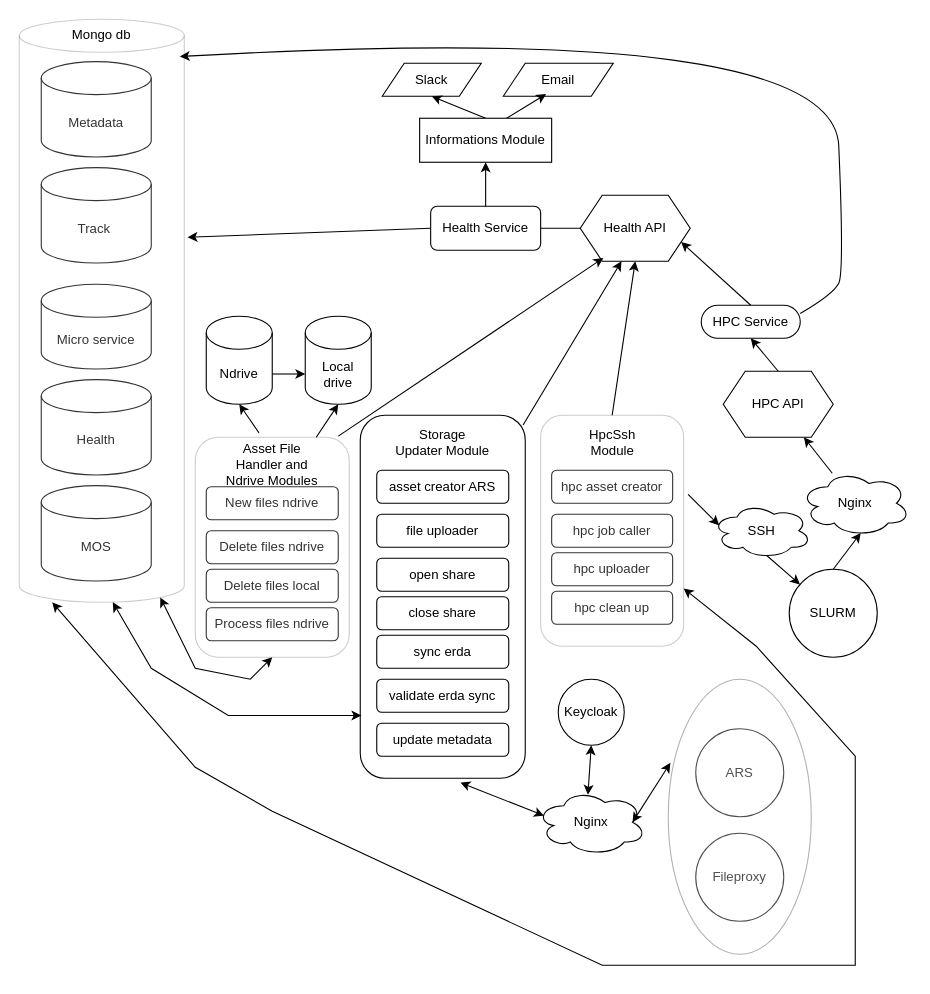
Earlier version of the draw.io diagram Documentation/Integration overview.drawio (NHMDenmark/DaSSCo-Integration). Source tidied: cells renumbered, new cells numbered last; positions are measured from the earlier drawing's top-left corner, leaving out a move shared by most shapes. Both pictures are drawn from the tidied source at 110%, with x=0, y=0 at pixel (19, 19).
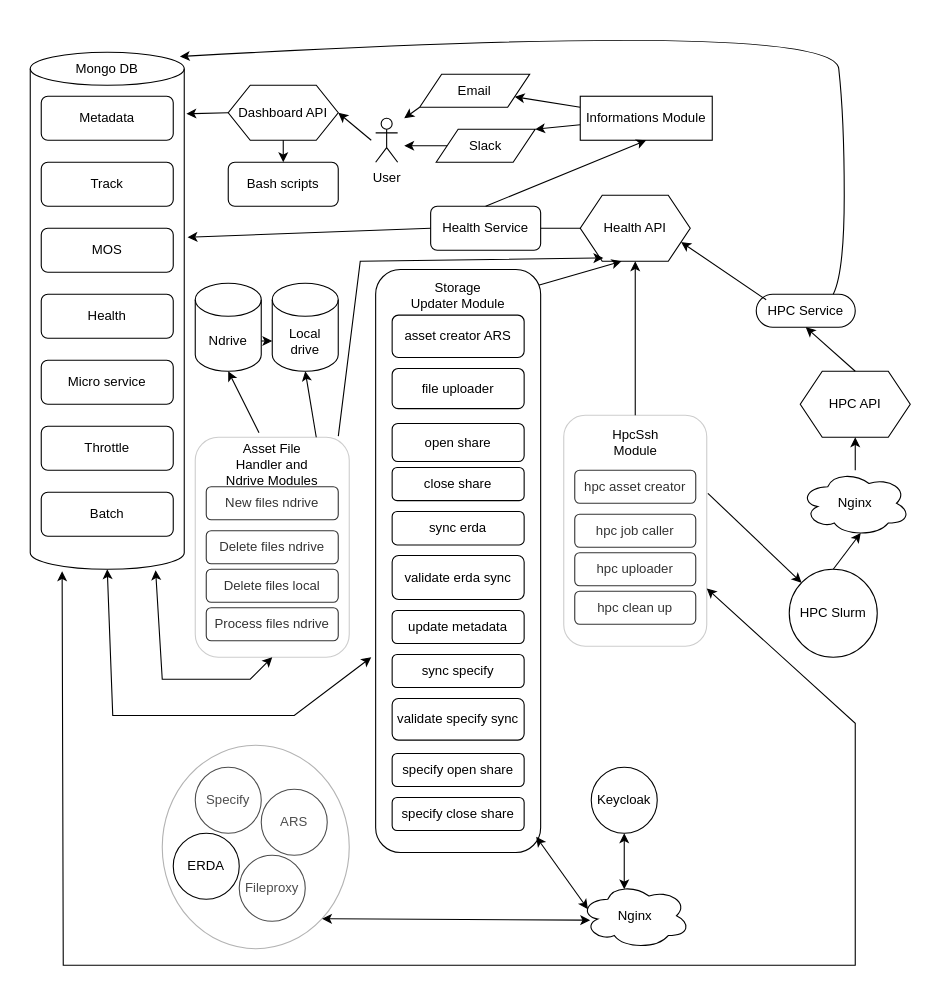
The same diagram, later.

Commit message (it also covers changes not shown here):
update overview diagram

The change refers to these unchanged cells:
```xml
<mxCell id="13" value="Health API" style="shape=hexagon;perimeter=hexagonPerimeter2;whiteSpace=wrap;html=1;fixedSize=1;" parent="1" vertex="1">
  <mxGeometry x="510" y="160" width="100" height="60" as="geometry" />
</mxCell>
<mxCell id="30" value="Health Service" style="rounded=1;whiteSpace=wrap;html=1;" parent="1" vertex="1">
  <mxGeometry x="374" y="170" width="100" height="40" as="geometry" />
</mxCell>
<mxCell id="43" style="rounded=1;whiteSpace=wrap;html=1;opacity=20;" parent="38" vertex="1">
  <mxGeometry width="130" height="210" as="geometry" />
</mxCell>
<mxCell id="66" style="rounded=1;whiteSpace=wrap;html=1;opacity=20;" parent="61" vertex="1">
  <mxGeometry width="140" height="200" as="geometry" />
</mxCell>
```

The edit, as a diff of the source:
```diff
@@
     <mxCell id="2" value="Ndrive" style="shape=cylinder3;whiteSpace=wrap;html=1;boundedLbl=1;backgroundOutline=1;size=15;" parent="1" vertex="1">
-      <mxGeometry x="170" y="270" width="60" height="80" as="geometry" />
+      <mxGeometry x="160" y="240" width="60" height="80" as="geometry" />
     </mxCell>
@@
     <mxCell id="4" value="Nginx" style="ellipse;shape=cloud;whiteSpace=wrap;html=1;" parent="1" vertex="1">
-      <mxGeometry x="470" y="700" width="100" height="60" as="geometry" />
+      <mxGeometry x="510" y="785" width="100" height="60" as="geometry" />
     </mxCell>
-    <mxCell id="5" style="group;" parent="1" vertex="1">
-      <mxGeometry width="150" height="530" as="geometry" />
-    </mxCell>
-    <mxCell id="6" value="Track&amp;nbsp;" style="shape=cylinder3;whiteSpace=wrap;html=1;boundedLbl=1;backgroundOutline=1;size=15;" parent="5" vertex="1">
-      <mxGeometry x="20" y="134.9" width="100" height="86.7" as="geometry" />
-    </mxCell>
-    <mxCell id="7" value="Metadata" style="shape=cylinder3;whiteSpace=wrap;html=1;boundedLbl=1;backgroundOutline=1;size=15;" parent="5" vertex="1">
-      <mxGeometry x="20" y="38.5" width="100" height="86.7" as="geometry" />
-    </mxCell>
-    <mxCell id="8" value="Health" style="shape=cylinder3;whiteSpace=wrap;html=1;boundedLbl=1;backgroundOutline=1;size=15;" parent="5" vertex="1">
-      <mxGeometry x="20" y="327.6" width="100" height="86.7" as="geometry" />
-    </mxCell>
-    <mxCell id="9" value="Micro service" style="shape=cylinder3;whiteSpace=wrap;html=1;boundedLbl=1;backgroundOutline=1;size=15;" parent="5" vertex="1">
-      <mxGeometry x="20" y="240.9" width="100" height="77.1" as="geometry" />
-    </mxCell>
-    <mxCell id="10" value="MOS" style="shape=cylinder3;whiteSpace=wrap;html=1;boundedLbl=1;backgroundOutline=1;size=15;" parent="5" vertex="1">
-      <mxGeometry x="20" y="424" width="100" height="86.7" as="geometry" />
-    </mxCell>
-    <mxCell id="11" style="shape=cylinder3;whiteSpace=wrap;html=1;boundedLbl=1;backgroundOutline=1;size=15;opacity=20;" parent="5" vertex="1">
-      <mxGeometry width="150" height="530" as="geometry" />
-    </mxCell>
-    <mxCell id="12" value="Mongo db" style="text;html=1;align=center;verticalAlign=middle;whiteSpace=wrap;rounded=0;" parent="5" vertex="1">
-      <mxGeometry x="45" width="60" height="28.9" as="geometry" />
-    </mxCell>
@@
     <mxCell id="14" value="HPC API" style="shape=hexagon;perimeter=hexagonPerimeter2;whiteSpace=wrap;html=1;fixedSize=1;" parent="1" vertex="1">
-      <mxGeometry x="640" y="320" width="100" height="60" as="geometry" />
+      <mxGeometry x="710" y="320" width="100" height="60" as="geometry" />
     </mxCell>
-    <mxCell id="15" value="SLURM" style="ellipse;whiteSpace=wrap;html=1;" parent="1" vertex="1">
+    <mxCell id="15" value="HPC Slurm" style="ellipse;whiteSpace=wrap;html=1;" parent="1" vertex="1">
       <mxGeometry x="700" y="500" width="80" height="80" as="geometry" />
     </mxCell>
-    <mxCell id="16" style="group;" parent="1" vertex="1">
-      <mxGeometry x="590" y="600" width="130" height="250" as="geometry" />
-    </mxCell>
-    <mxCell id="17" value="ARS" style="ellipse;whiteSpace=wrap;html=1;" parent="16" vertex="1">
-      <mxGeometry x="25" y="45" width="80" height="80" as="geometry" />
-    </mxCell>
-    <mxCell id="18" value="Fileproxy" style="ellipse;whiteSpace=wrap;html=1;" parent="16" vertex="1">
-      <mxGeometry x="25" y="140" width="80" height="80" as="geometry" />
-    </mxCell>
-    <mxCell id="19" style="ellipse;whiteSpace=wrap;html=1;opacity=30;" parent="16" vertex="1">
-      <mxGeometry width="130" height="250" as="geometry" />
-    </mxCell>
     <mxCell id="20" value="Local drive" style="shape=cylinder3;whiteSpace=wrap;html=1;boundedLbl=1;backgroundOutline=1;size=15;" parent="1" vertex="1">
-      <mxGeometry x="260" y="270" width="60" height="80" as="geometry" />
+      <mxGeometry x="230" y="240" width="60" height="80" as="geometry" />
     </mxCell>
     <mxCell id="21" value="Email" style="shape=parallelogram;perimeter=parallelogramPerimeter;whiteSpace=wrap;html=1;fixedSize=1;" parent="1" vertex="1">
-      <mxGeometry x="440" y="40" width="100" height="30" as="geometry" />
+      <mxGeometry x="364" y="50" width="100" height="30" as="geometry" />
     </mxCell>
     <mxCell id="22" value="Slack" style="shape=parallelogram;perimeter=parallelogramPerimeter;whiteSpace=wrap;html=1;fixedSize=1;" parent="1" vertex="1">
-      <mxGeometry x="330" y="40" width="90" height="30" as="geometry" />
+      <mxGeometry x="379" y="100" width="90" height="30" as="geometry" />
     </mxCell>
-    <mxCell id="23" value="SSH" style="ellipse;shape=cloud;whiteSpace=wrap;html=1;" parent="1" vertex="1">
-      <mxGeometry x="630" y="440" width="90" height="50" as="geometry" />
-    </mxCell>
@@
     <mxCell id="26" value="HPC Service" style="rounded=1;whiteSpace=wrap;html=1;arcSize=50;" parent="1" vertex="1">
-      <mxGeometry x="620" y="260" width="90" height="30" as="geometry" />
+      <mxGeometry x="670" y="250" width="90" height="30" as="geometry" />
     </mxCell>
@@
-    <mxCell id="28" style="endArrow=classic;html=1;rounded=0;exitX=0.5;exitY=0;exitDx=0;exitDy=0;entryX=1;entryY=0.75;entryDx=0;entryDy=0;" parent="1" edge="1" source="26" target="13">
+    <mxCell id="28" style="endArrow=classic;html=1;rounded=0;exitX=0.1;exitY=0.167;exitDx=0;exitDy=0;entryX=1;entryY=0.75;entryDx=0;entryDy=0;exitPerimeter=0;" parent="1" edge="1" source="26" target="13">
       <mxGeometry relative="1" as="geometry" />
     </mxCell>
@@
-    <mxCell id="31" style="endArrow=classic;html=1;rounded=0;exitX=0.5;exitY=0;exitDx=0;exitDy=0;entryX=0.5;entryY=1;entryDx=0;entryDy=0;" parent="1" edge="1" source="34" target="22">
+    <mxCell id="31" style="endArrow=classic;html=1;rounded=0;entryX=1;entryY=0;entryDx=0;entryDy=0;" parent="1" edge="1" source="34" target="22">
       <mxGeometry relative="1" as="geometry" />
     </mxCell>
-    <mxCell id="32" style="endArrow=classic;html=1;rounded=0;exitX=0.658;exitY=0;exitDx=0;exitDy=0;entryX=0.39;entryY=0.933;entryDx=0;entryDy=0;entryPerimeter=0;exitPerimeter=0;" parent="1" edge="1" source="34" target="21">
+    <mxCell id="32" style="endArrow=classic;html=1;rounded=0;exitX=0;exitY=0.25;exitDx=0;exitDy=0;entryX=1;entryY=0.75;entryDx=0;entryDy=0;" parent="1" edge="1" source="34" target="21">
       <mxGeometry relative="1" as="geometry" />
     </mxCell>
-    <mxCell id="33" style="endArrow=classic;html=1;rounded=0;exitX=0;exitY=0.5;exitDx=0;exitDy=0;entryX=1.02;entryY=0.374;entryDx=0;entryDy=0;entryPerimeter=0;" parent="1" edge="1" source="30" target="11">
-      <mxGeometry relative="1" as="geometry" />
+    <mxCell id="33" style="endArrow=classic;html=1;rounded=0;exitX=0;exitY=0.5;exitDx=0;exitDy=0;entryX=1.02;entryY=0.374;entryDx=0;entryDy=0;entryPerimeter=0;" parent="1" edge="1" source="30">
+      <mxGeometry relative="1" as="geometry">
+        <mxPoint x="153" y="198.2" as="targetPoint" />
+      </mxGeometry>
     </mxCell>
     <mxCell id="34" value="Informations Module" style="rounded=0;whiteSpace=wrap;html=1;" parent="1" vertex="1">
-      <mxGeometry x="364" y="90" width="120" height="40" as="geometry" />
+      <mxGeometry x="510" y="70" width="120" height="40" as="geometry" />
     </mxCell>
@@
-    <mxCell id="36" style="endArrow=classic;startArrow=classic;html=1;rounded=0;exitX=0.875;exitY=0.5;exitDx=0;exitDy=0;exitPerimeter=0;entryX=0.015;entryY=0.304;entryDx=0;entryDy=0;entryPerimeter=0;" parent="1" edge="1" source="4" target="19">
-      <mxGeometry relative="1" as="geometry" />
-    </mxCell>
-    <mxCell id="37" style="curved=1;endArrow=classic;html=1;rounded=0;exitX=1;exitY=0.25;exitDx=0;exitDy=0;entryX=0.973;entryY=0.064;entryDx=0;entryDy=0;entryPerimeter=0;" parent="1" edge="1" source="26" target="11">
+    <mxCell id="37" style="curved=1;endArrow=classic;html=1;rounded=0;entryX=0.973;entryY=0.064;entryDx=0;entryDy=0;entryPerimeter=0;" parent="1" edge="1">
       <mxGeometry relative="1" as="geometry">
+        <mxPoint x="740" y="250" as="sourcePoint" />
+        <mxPoint x="146" y="33.9" as="targetPoint" />
         <Array as="points">
           <mxPoint x="740" y="250" />
           <mxPoint x="750" y="230" />
+          <mxPoint x="750" y="90" />
           <mxPoint x="740" />
         </Array>
       </mxGeometry>
     </mxCell>
     <mxCell id="38" style="group;opacity=30;" parent="1" vertex="1">
-      <mxGeometry x="474" y="360" width="130" height="210" as="geometry" />
+      <mxGeometry x="495" y="360" width="130" height="210" as="geometry" />
     </mxCell>
@@
     <mxCell id="45" style="endArrow=classic;html=1;rounded=0;entryX=0.21;entryY=0.95;entryDx=0;entryDy=0;entryPerimeter=0;exitX=0.929;exitY=-0.005;exitDx=0;exitDy=0;exitPerimeter=0;" parent="1" edge="1" source="66" target="13">
-      <mxGeometry relative="1" as="geometry" />
+      <mxGeometry relative="1" as="geometry">
+        <Array as="points">
+          <mxPoint x="310" y="220" />
+        </Array>
+      </mxGeometry>
     </mxCell>
@@
-    <mxCell id="48" style="endArrow=classic;html=1;rounded=0;exitX=0.55;exitY=0.95;exitDx=0;exitDy=0;exitPerimeter=0;" parent="1" edge="1" source="23" target="15">
+    <mxCell id="48" style="endArrow=classic;html=1;rounded=0;exitX=1.008;exitY=0.338;exitDx=0;exitDy=0;exitPerimeter=0;" parent="1" edge="1" source="43" target="15">
       <mxGeometry relative="1" as="geometry" />
     </mxCell>
-    <mxCell id="49" style="endArrow=classic;html=1;rounded=0;exitX=1.031;exitY=0.343;exitDx=0;exitDy=0;exitPerimeter=0;entryX=0.07;entryY=0.4;entryDx=0;entryDy=0;entryPerimeter=0;" parent="1" edge="1" source="43" target="23">
-      <mxGeometry relative="1" as="geometry" />
-    </mxCell>
     <mxCell id="50" style="group;opacity=40;" parent="1" vertex="1">
-      <mxGeometry x="310" y="360" width="150" height="330" as="geometry" />
+      <mxGeometry x="324" y="227.5" width="190" height="625" as="geometry" />
     </mxCell>
     <mxCell id="51" style="rounded=1;whiteSpace=wrap;html=1;" parent="50" vertex="1">
-      <mxGeometry width="150" height="330" as="geometry" />
+      <mxGeometry width="150" height="530" as="geometry" />
     </mxCell>
     <mxCell id="52" value="asset creator ARS" style="rounded=1;whiteSpace=wrap;html=1;" parent="50" vertex="1">
-      <mxGeometry x="15" y="50" width="120" height="30" as="geometry" />
+      <mxGeometry x="15" y="41.5" width="120" height="38.5" as="geometry" />
     </mxCell>
     <mxCell id="53" value="update metadata" style="rounded=1;whiteSpace=wrap;html=1;" parent="50" vertex="1">
-      <mxGeometry x="15" y="280" width="120" height="30" as="geometry" />
+      <mxGeometry x="15" y="310" width="120" height="30" as="geometry" />
     </mxCell>
     <mxCell id="54" value="validate erda sync" style="rounded=1;whiteSpace=wrap;html=1;" parent="50" vertex="1">
-      <mxGeometry x="15" y="240" width="120" height="30" as="geometry" />
+      <mxGeometry x="15" y="260" width="120" height="40" as="geometry" />
     </mxCell>
     <mxCell id="55" value="sync erda" style="rounded=1;whiteSpace=wrap;html=1;" parent="50" vertex="1">
-      <mxGeometry x="15" y="200" width="120" height="30" as="geometry" />
+      <mxGeometry x="15" y="220" width="120" height="30.4" as="geometry" />
     </mxCell>
     <mxCell id="56" value="file uploader" style="rounded=1;whiteSpace=wrap;html=1;" parent="50" vertex="1">
-      <mxGeometry x="15" y="90" width="120" height="30" as="geometry" />
+      <mxGeometry x="15" y="90" width="120" height="36.5" as="geometry" />
     </mxCell>
     <mxCell id="57" value="open share" style="rounded=1;whiteSpace=wrap;html=1;" parent="50" vertex="1">
-      <mxGeometry x="15" y="130" width="120" height="30" as="geometry" />
+      <mxGeometry x="15" y="140" width="120" height="34.6" as="geometry" />
     </mxCell>
     <mxCell id="58" value="close share" style="rounded=1;whiteSpace=wrap;html=1;" parent="50" vertex="1">
-      <mxGeometry x="15" y="165" width="120" height="30" as="geometry" />
+      <mxGeometry x="15" y="180" width="120" height="30.1" as="geometry" />
     </mxCell>
     <mxCell id="59" value="Storage Updater Module" style="text;html=1;align=center;verticalAlign=middle;whiteSpace=wrap;rounded=0;" parent="50" vertex="1">
-      <mxGeometry x="30" y="10" width="90" height="30" as="geometry" />
+      <mxGeometry x="30" width="90" height="46.8" as="geometry" />
     </mxCell>
+    <mxCell id="76" value="sync specify" style="rounded=1;whiteSpace=wrap;html=1;" parent="50" vertex="1">
+      <mxGeometry x="15" y="350" width="120" height="30" as="geometry" />
+    </mxCell>
+    <mxCell id="77" value="specify open share" style="rounded=1;whiteSpace=wrap;html=1;" parent="50" vertex="1">
+      <mxGeometry x="15" y="440" width="120" height="30" as="geometry" />
+    </mxCell>
+    <mxCell id="78" value="specify close share" style="rounded=1;whiteSpace=wrap;html=1;" parent="50" vertex="1">
+      <mxGeometry x="15" y="480" width="120" height="30" as="geometry" />
+    </mxCell>
+    <mxCell id="79" value="validate specify sync" style="rounded=1;whiteSpace=wrap;html=1;" parent="50" vertex="1">
+      <mxGeometry x="15" y="390" width="120" height="37.8" as="geometry" />
+    </mxCell>
-    <mxCell id="60" style="endArrow=classic;startArrow=classic;html=1;rounded=0;entryX=0.07;entryY=0.4;entryDx=0;entryDy=0;entryPerimeter=0;exitX=0.607;exitY=1.012;exitDx=0;exitDy=0;exitPerimeter=0;" parent="1" edge="1" source="51" target="4">
+    <mxCell id="60" style="endArrow=classic;startArrow=classic;html=1;rounded=0;entryX=0.07;entryY=0.4;entryDx=0;entryDy=0;entryPerimeter=0;exitX=0.973;exitY=0.973;exitDx=0;exitDy=0;exitPerimeter=0;" parent="1" edge="1" source="51" target="4">
       <mxGeometry relative="1" as="geometry" />
     </mxCell>
@@
-    <mxCell id="71" style="endArrow=classic;startArrow=classic;html=1;rounded=0;entryX=0.855;entryY=1;entryDx=0;entryDy=-4.35;entryPerimeter=0;exitX=0.5;exitY=1;exitDx=0;exitDy=0;" parent="1" edge="1" source="66" target="11">
+    <mxCell id="71" style="endArrow=classic;startArrow=classic;html=1;rounded=0;entryX=0.814;entryY=1.002;entryDx=0;entryDy=0;entryPerimeter=0;exitX=0.5;exitY=1;exitDx=0;exitDy=0;" parent="1" edge="1" source="66" target="81">
       <mxGeometry relative="1" as="geometry">
         <Array as="points">
           <mxPoint x="210" y="600" />
-          <mxPoint x="160" y="590" />
+          <mxPoint x="130" y="600" />
         </Array>
       </mxGeometry>
     </mxCell>
-    <mxCell id="72" style="endArrow=classic;startArrow=classic;html=1;rounded=0;entryX=0.007;entryY=0.827;entryDx=0;entryDy=0;exitX=0.567;exitY=1;exitDx=0;exitDy=0;exitPerimeter=0;entryPerimeter=0;" parent="1" edge="1" source="11" target="51">
+    <mxCell id="72" style="endArrow=classic;startArrow=classic;html=1;rounded=0;exitX=0.5;exitY=1;exitDx=0;exitDy=0;exitPerimeter=0;" parent="1" edge="1" source="81">
       <mxGeometry relative="1" as="geometry">
+        <mxPoint x="320" y="580" as="targetPoint" />
         <Array as="points">
-          <mxPoint x="120" y="590" />
+          <mxPoint x="85" y="633" />
           <mxPoint x="190" y="633" />
           <mxPoint x="250" y="633" />
         </Array>
       </mxGeometry>
     </mxCell>
-    <mxCell id="73" style="endArrow=classic;startArrow=classic;html=1;rounded=0;entryX=0.2;entryY=1;entryDx=0;entryDy=0;entryPerimeter=0;exitX=1;exitY=0.75;exitDx=0;exitDy=0;" parent="1" edge="1" source="43" target="11">
+    <mxCell id="73" style="endArrow=classic;startArrow=classic;html=1;rounded=0;entryX=0.207;entryY=1.004;entryDx=0;entryDy=0;entryPerimeter=0;exitX=1;exitY=0.75;exitDx=0;exitDy=0;" parent="1" edge="1" source="43" target="81">
       <mxGeometry relative="1" as="geometry">
         <Array as="points">
-          <mxPoint x="670" y="570" />
+          <mxPoint x="760" y="640" />
           <mxPoint x="760" y="670" />
           <mxPoint x="760" y="750" />
           <mxPoint x="760" y="860" />
           <mxPoint x="530" y="860" />
-          <mxPoint x="230" y="720" />
-          <mxPoint x="160" y="680" />
+          <mxPoint x="200" y="860" />
+          <mxPoint x="40" y="860" />
         </Array>
       </mxGeometry>
     </mxCell>
     <mxCell id="74" value="Keycloak" style="ellipse;whiteSpace=wrap;html=1;" parent="1" vertex="1">
-      <mxGeometry x="490" y="600" width="60" height="60" as="geometry" />
+      <mxGeometry x="520" y="680" width="60" height="60" as="geometry" />
     </mxCell>
-    <mxCell id="75" style="endArrow=classic;startArrow=classic;html=1;rounded=0;exitX=0.47;exitY=0.083;exitDx=0;exitDy=0;exitPerimeter=0;entryX=0.5;entryY=1;entryDx=0;entryDy=0;" parent="1" edge="1" source="4" target="74">
+    <mxCell id="75" style="endArrow=classic;startArrow=classic;html=1;rounded=0;exitX=0.4;exitY=0.1;exitDx=0;exitDy=0;exitPerimeter=0;entryX=0.5;entryY=1;entryDx=0;entryDy=0;" parent="1" edge="1" source="4" target="74">
       <mxGeometry relative="1" as="geometry" />
     </mxCell>
+    <mxCell id="80" value="Specify" style="ellipse;whiteSpace=wrap;html=1;" parent="1" vertex="1">
+      <mxGeometry x="160" y="680" width="60" height="60" as="geometry" />
+    </mxCell>
+    <mxCell id="36" style="endArrow=classic;startArrow=classic;html=1;rounded=0;exitX=0.09;exitY=0.567;exitDx=0;exitDy=0;exitPerimeter=0;entryX=1;entryY=1;entryDx=0;entryDy=0;" parent="1" edge="1" source="4" target="19">
+      <mxGeometry relative="1" as="geometry" />
+    </mxCell>
+    <mxCell id="18" value="Fileproxy" style="ellipse;whiteSpace=wrap;html=1;" parent="1" vertex="1">
+      <mxGeometry x="200" y="760" width="60" height="60" as="geometry" />
+    </mxCell>
+    <mxCell id="17" value="ARS" style="ellipse;whiteSpace=wrap;html=1;" parent="1" vertex="1">
+      <mxGeometry x="220" y="700" width="60" height="60" as="geometry" />
+    </mxCell>
+    <mxCell id="81" style="shape=cylinder3;whiteSpace=wrap;html=1;boundedLbl=1;backgroundOutline=1;size=15;" parent="1" vertex="1">
+      <mxGeometry x="10" y="30" width="140" height="470" as="geometry" />
+    </mxCell>
+    <mxCell id="82" value="Mongo DB" style="text;html=1;align=center;verticalAlign=middle;whiteSpace=wrap;rounded=0;" parent="1" vertex="1">
+      <mxGeometry x="50" y="30" width="60" height="30" as="geometry" />
+    </mxCell>
+    <mxCell id="7" value="Metadata" style="rounded=1;whiteSpace=wrap;html=1;" parent="1" vertex="1">
+      <mxGeometry x="20" y="70" width="120" height="40" as="geometry" />
+    </mxCell>
+    <mxCell id="6" value="Track" style="rounded=1;whiteSpace=wrap;html=1;" parent="1" vertex="1">
+      <mxGeometry x="20" y="130" width="120" height="40" as="geometry" />
+    </mxCell>
+    <mxCell id="10" value="MOS" style="rounded=1;whiteSpace=wrap;html=1;" parent="1" vertex="1">
+      <mxGeometry x="20" y="190" width="120" height="40" as="geometry" />
+    </mxCell>
+    <mxCell id="8" value="Health" style="rounded=1;whiteSpace=wrap;html=1;" parent="1" vertex="1">
+      <mxGeometry x="20" y="250" width="120" height="40" as="geometry" />
+    </mxCell>
+    <mxCell id="9" value="Micro service" style="rounded=1;whiteSpace=wrap;html=1;" parent="1" vertex="1">
+      <mxGeometry x="20" y="310" width="120" height="40" as="geometry" />
+    </mxCell>
+    <mxCell id="83" value="Throttle" style="rounded=1;whiteSpace=wrap;html=1;" parent="1" vertex="1">
+      <mxGeometry x="20" y="370" width="120" height="40" as="geometry" />
+    </mxCell>
+    <mxCell id="84" value="Batch" style="rounded=1;whiteSpace=wrap;html=1;" parent="1" vertex="1">
+      <mxGeometry x="20" y="430" width="120" height="40" as="geometry" />
+    </mxCell>
+    <mxCell id="85" value="Dashboard API" style="shape=hexagon;perimeter=hexagonPerimeter2;whiteSpace=wrap;html=1;fixedSize=1;" parent="1" vertex="1">
+      <mxGeometry x="190" y="60" width="100" height="50" as="geometry" />
+    </mxCell>
+    <mxCell id="86" style="endArrow=classic;html=1;rounded=0;exitX=0;exitY=0.5;exitDx=0;exitDy=0;entryX=1.014;entryY=0.119;entryDx=0;entryDy=0;entryPerimeter=0;" parent="1" edge="1" source="85" target="81">
+      <mxGeometry relative="1" as="geometry" />
+    </mxCell>
+    <mxCell id="87" value="Bash scripts" style="rounded=1;whiteSpace=wrap;html=1;" parent="1" vertex="1">
+      <mxGeometry x="190" y="130" width="100" height="40" as="geometry" />
+    </mxCell>
+    <mxCell id="88" style="endArrow=classic;html=1;rounded=0;entryX=0.5;entryY=0;entryDx=0;entryDy=0;exitX=0.5;exitY=1;exitDx=0;exitDy=0;" parent="1" edge="1" source="85" target="87">
+      <mxGeometry relative="1" as="geometry" />
+    </mxCell>
+    <mxCell id="19" style="ellipse;whiteSpace=wrap;html=1;opacity=30;" parent="1" vertex="1">
+      <mxGeometry x="130" y="660" width="170" height="185" as="geometry" />
+    </mxCell>
+    <mxCell id="89" value="User" style="shape=umlActor;verticalLabelPosition=bottom;verticalAlign=top;html=1;" parent="1" vertex="1">
+      <mxGeometry x="324" y="90" width="20" height="40" as="geometry" />
+    </mxCell>
+    <mxCell id="90" style="endArrow=classic;html=1;rounded=0;entryX=1;entryY=0.5;entryDx=0;entryDy=0;" parent="1" edge="1" target="85">
+      <mxGeometry relative="1" as="geometry">
+        <mxPoint x="320" y="110" as="sourcePoint" />
+      </mxGeometry>
+    </mxCell>
+    <mxCell id="91" style="endArrow=classic;html=1;rounded=0;exitX=0;exitY=0.5;exitDx=0;exitDy=0;" parent="1" edge="1" source="22">
+      <mxGeometry relative="1" as="geometry">
+        <mxPoint x="350" y="115" as="targetPoint" />
+      </mxGeometry>
+    </mxCell>
+    <mxCell id="92" style="endArrow=classic;html=1;rounded=0;exitX=0;exitY=1;exitDx=0;exitDy=0;" parent="1" edge="1" source="21">
+      <mxGeometry relative="1" as="geometry">
+        <mxPoint x="350" y="90" as="targetPoint" />
+      </mxGeometry>
+    </mxCell>
+    <mxCell id="93" value="ERDA" style="ellipse;whiteSpace=wrap;html=1;" parent="1" vertex="1">
+      <mxGeometry x="140" y="740" width="60" height="60" as="geometry" />
+    </mxCell>
```
